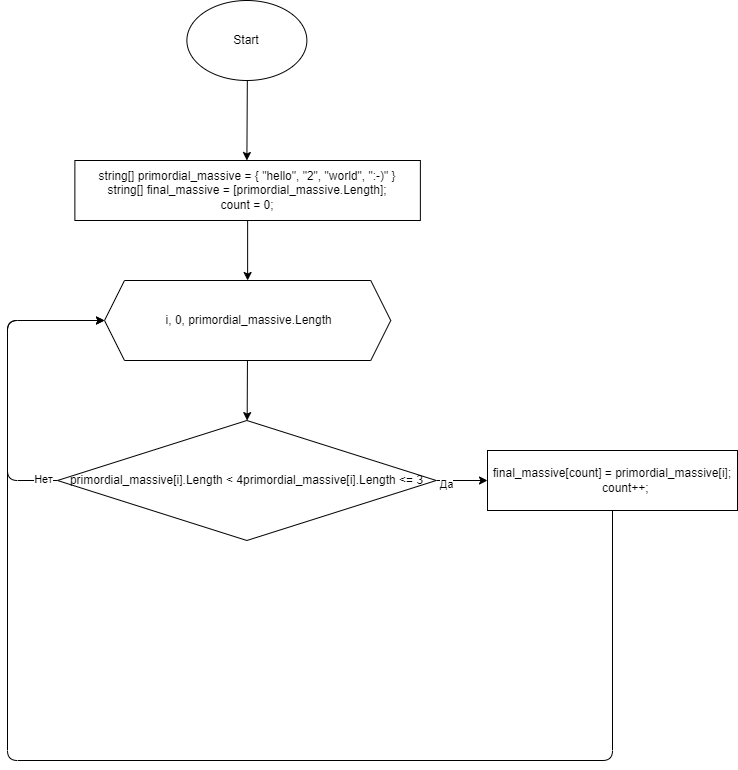
Gibeon228/- keeps this draw.io diagram as Block.drawio.png. Above is the earlier version. Source tidied: cells renumbered, new cells last; positions are measured from the earlier drawing's top-left corner, leaving out a move shared by most shapes. Its diagram source:
```xml
<mxGraphModel>
  <root>
    <mxCell id="0" />
    <mxCell id="1" parent="0" />
    <mxCell id="2" style="edgeStyle=none;html=1;" parent="1" edge="1" source="3">
      <mxGeometry relative="1" as="geometry">
        <mxPoint x="239.4" y="160" as="targetPoint" />
      </mxGeometry>
    </mxCell>
    <mxCell id="3" value="Start" style="ellipse;whiteSpace=wrap;html=1;" parent="1" vertex="1">
      <mxGeometry x="179.4" width="120" height="80" as="geometry" />
    </mxCell>
    <mxCell id="4" style="edgeStyle=none;html=1;" parent="1" edge="1" source="5" target="7">
      <mxGeometry relative="1" as="geometry" />
    </mxCell>
    <mxCell id="5" value="string[] primordial_massive = { &quot;hello&quot;, &quot;2&quot;, &quot;world&quot;, &quot;:-)&quot; }&lt;br&gt;string[] final_massive = [primordial_massive.Length];&lt;br&gt;count = 0;" style="rounded=0;whiteSpace=wrap;html=1;" parent="1" vertex="1">
      <mxGeometry x="67.4" y="160" width="345.5" height="60" as="geometry" />
    </mxCell>
    <mxCell id="6" style="edgeStyle=none;html=1;" parent="1" edge="1" source="7" target="12">
      <mxGeometry relative="1" as="geometry" />
    </mxCell>
    <mxCell id="7" value="&amp;nbsp;i, 0,&amp;nbsp;primordial_massive.Length" style="shape=hexagon;perimeter=hexagonPerimeter2;whiteSpace=wrap;html=1;fixedSize=1;rounded=0;" parent="1" vertex="1">
      <mxGeometry x="97" y="280" width="286.2" height="80" as="geometry" />
    </mxCell>
    <mxCell id="8" style="edgeStyle=none;html=1;" parent="1" edge="1" source="12" target="14">
      <mxGeometry relative="1" as="geometry" />
    </mxCell>
    <mxCell id="9" value="Да" style="edgeLabel;html=1;align=center;verticalAlign=middle;" parent="8" vertex="1">
      <mxGeometry x="-0.61" y="-3" relative="1" as="geometry" />
    </mxCell>
    <mxCell id="10" style="edgeStyle=none;html=1;entryX=0;entryY=0.5;entryDx=0;entryDy=0;" parent="1" edge="1" source="12" target="7">
      <mxGeometry relative="1" as="geometry">
        <Array as="points">
          <mxPoint y="480" />
          <mxPoint y="320" />
        </Array>
      </mxGeometry>
    </mxCell>
    <mxCell id="11" value="Нет" style="edgeLabel;html=1;align=center;verticalAlign=middle;" parent="10" vertex="1">
      <mxGeometry x="-0.91" y="-2" relative="1" as="geometry" />
    </mxCell>
    <mxCell id="12" value="primordial_massive[i].Length &amp;lt; 4primordial_massive[i].Length &amp;lt;= 3" style="rhombus;whiteSpace=wrap;html=1;rounded=0;" parent="1" vertex="1">
      <mxGeometry x="50" y="420" width="378.8" height="120" as="geometry" />
    </mxCell>
    <mxCell id="13" style="edgeStyle=none;html=1;entryX=0;entryY=0.5;entryDx=0;entryDy=0;" parent="1" edge="1" source="14" target="7">
      <mxGeometry relative="1" as="geometry">
        <Array as="points">
          <mxPoint x="605" y="760" />
          <mxPoint y="760" />
          <mxPoint y="320" />
        </Array>
      </mxGeometry>
    </mxCell>
    <mxCell id="14" value="&lt;div&gt;final_massive[count] = primordial_massive[i];&lt;/div&gt;&lt;div&gt;&amp;nbsp; &amp;nbsp; &amp;nbsp; &amp;nbsp; count++;&lt;/div&gt;" style="whiteSpace=wrap;html=1;rounded=0;" parent="1" vertex="1">
      <mxGeometry x="480" y="450" width="250" height="60" as="geometry" />
    </mxCell>
  </root>
</mxGraphModel>
```
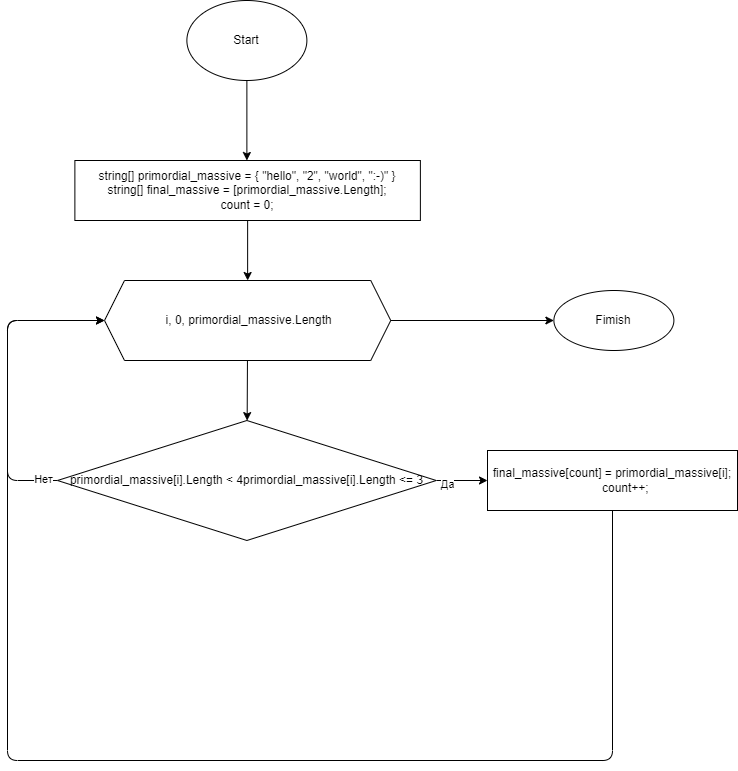
After the commit.

Commit message:
Block FINISH ALL

Change to the diagram source:
```diff
@@ -19,6 +19,9 @@
     <mxCell id="6" style="edgeStyle=none;html=1;" parent="1" edge="1" source="7" target="12">
       <mxGeometry relative="1" as="geometry" />
     </mxCell>
+    <mxCell id="15" style="edgeStyle=none;html=1;" parent="1" edge="1" source="7" target="16">
+      <mxGeometry relative="1" as="geometry" />
+    </mxCell>
     <mxCell id="7" value="&amp;nbsp;i, 0,&amp;nbsp;primordial_massive.Length" style="shape=hexagon;perimeter=hexagonPerimeter2;whiteSpace=wrap;html=1;fixedSize=1;rounded=0;" parent="1" vertex="1">
       <mxGeometry x="97" y="280" width="286.2" height="80" as="geometry" />
     </mxCell>
@@ -54,5 +57,8 @@
     <mxCell id="14" value="&lt;div&gt;final_massive[count] = primordial_massive[i];&lt;/div&gt;&lt;div&gt;&amp;nbsp; &amp;nbsp; &amp;nbsp; &amp;nbsp; count++;&lt;/div&gt;" style="whiteSpace=wrap;html=1;rounded=0;" parent="1" vertex="1">
       <mxGeometry x="480" y="450" width="250" height="60" as="geometry" />
     </mxCell>
+    <mxCell id="16" value="Fimish" style="ellipse;whiteSpace=wrap;html=1;rounded=0;" parent="1" vertex="1">
+      <mxGeometry x="546.4" y="290" width="120" height="60" as="geometry" />
+    </mxCell>
   </root>
 </mxGraphModel>
```
